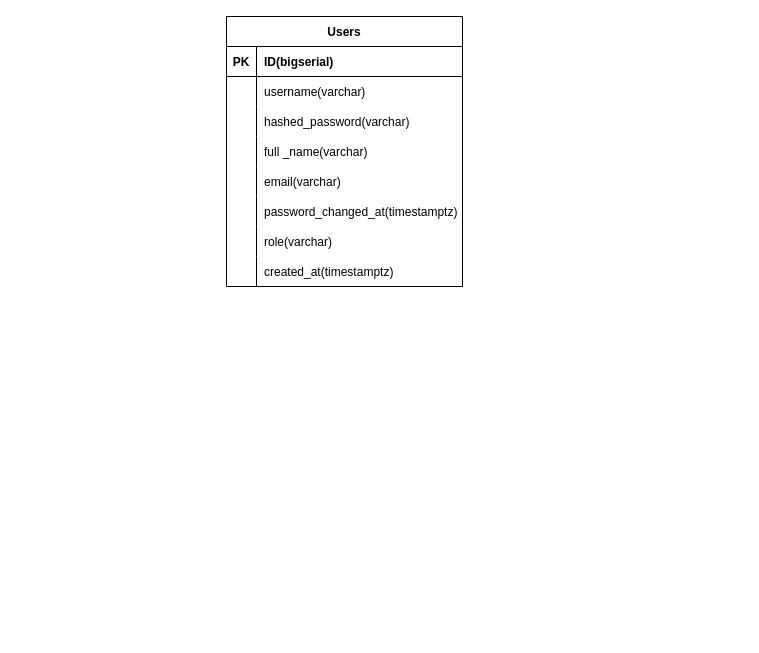
The draw.io diagram ERD.drawio in TechTrm/Authentication-Api-Services, before the edit. Source tidied: cells renumbered, new cells numbered last; positions are measured from the earlier drawing's top-left corner, leaving out a move shared by most shapes. Both pictures are drawn from the tidied source at 100%, with x=0, y=0 at pixel (226, 16).
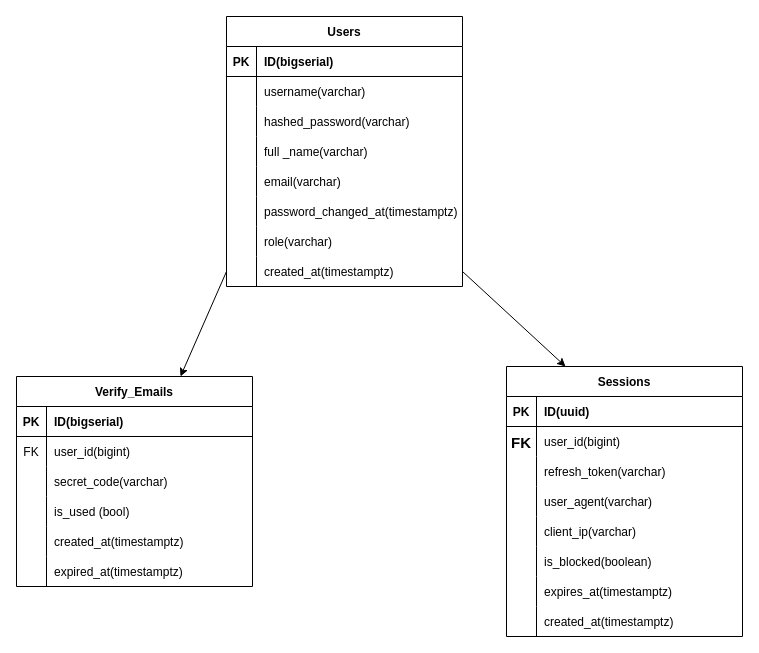
After the change.

Unchanged cells that the change refers to:
```xml
<mxCell id="24" style="shape=tableRow;horizontal=0;startSize=0;swimlaneHead=0;swimlaneBody=0;fillColor=none;points=[[0,0.5],[1,0.5]];portConstraint=eastwest;top=0;left=0;right=0;bottom=0;" parent="2" vertex="1">
  <mxGeometry y="240" width="236" height="30" as="geometry" />
</mxCell>
```

What changed in the source:
```diff
@@
+    <mxCell id="27" value="Sessions" style="shape=table;startSize=30;childLayout=tableLayout;rowLines=0;fontStyle=1;align=center;" parent="1" vertex="1">
+      <mxGeometry x="280" y="350" width="236" height="270" as="geometry" />
+    </mxCell>
+    <mxCell id="28" style="shape=tableRow;horizontal=0;startSize=0;swimlaneHead=0;swimlaneBody=0;fillColor=none;top=0;left=0;right=0;bottom=1;" parent="27" vertex="1">
+      <mxGeometry y="30" width="236" height="30" as="geometry" />
+    </mxCell>
+    <mxCell id="29" value="PK" style="shape=partialRectangle;fillColor=none;top=0;left=0;bottom=0;right=0;fontStyle=1;overflow=hidden;" parent="28" vertex="1">
+      <mxGeometry width="30" height="30" as="geometry" />
+    </mxCell>
+    <mxCell id="30" value="ID(uuid)" style="shape=partialRectangle;fillColor=none;top=0;left=0;bottom=0;right=0;align=left;spacingLeft=6;fontStyle=1;overflow=hidden;" parent="28" vertex="1">
+      <mxGeometry x="30" width="206" height="30" as="geometry" />
+    </mxCell>
+    <mxCell id="31" style="shape=tableRow;horizontal=0;startSize=0;swimlaneHead=0;swimlaneBody=0;fillColor=none;top=0;left=0;right=0;bottom=0;" parent="27" vertex="1">
+      <mxGeometry y="60" width="236" height="30" as="geometry" />
+    </mxCell>
+    <mxCell id="32" value="FK" style="shape=partialRectangle;fillColor=none;top=0;left=0;bottom=0;right=0;overflow=hidden;fontStyle=1;fontSize=15;" parent="31" vertex="1">
+      <mxGeometry width="30" height="30" as="geometry" />
+    </mxCell>
+    <mxCell id="33" value="user_id(bigint)" style="shape=partialRectangle;fillColor=none;top=0;left=0;bottom=0;right=0;align=left;spacingLeft=6;overflow=hidden;labelBackgroundColor=none;labelBorderColor=none;" parent="31" vertex="1">
+      <mxGeometry x="30" width="206" height="30" as="geometry" />
+    </mxCell>
+    <mxCell id="34" style="shape=tableRow;horizontal=0;startSize=0;swimlaneHead=0;swimlaneBody=0;fillColor=none;top=0;left=0;right=0;bottom=0;" parent="27" vertex="1">
+      <mxGeometry y="90" width="236" height="30" as="geometry" />
+    </mxCell>
+    <mxCell id="35" style="shape=partialRectangle;fillColor=none;top=0;left=0;bottom=0;right=0;overflow=hidden;" parent="34" vertex="1">
+      <mxGeometry width="30" height="30" as="geometry" />
+    </mxCell>
+    <mxCell id="36" value="refresh_token(varchar)" style="shape=partialRectangle;fillColor=none;top=0;left=0;bottom=0;right=0;align=left;spacingLeft=6;overflow=hidden;" parent="34" vertex="1">
+      <mxGeometry x="30" width="206" height="30" as="geometry" />
+    </mxCell>
+    <mxCell id="37" style="shape=tableRow;horizontal=0;startSize=0;swimlaneHead=0;swimlaneBody=0;fillColor=none;top=0;left=0;right=0;bottom=0;" parent="27" vertex="1">
+      <mxGeometry y="120" width="236" height="30" as="geometry" />
+    </mxCell>
+    <mxCell id="38" style="shape=partialRectangle;fillColor=none;top=0;left=0;bottom=0;right=0;overflow=hidden;" parent="37" vertex="1">
+      <mxGeometry width="30" height="30" as="geometry" />
+    </mxCell>
+    <mxCell id="39" value="user_agent(varchar)" style="shape=partialRectangle;fillColor=none;top=0;left=0;bottom=0;right=0;align=left;spacingLeft=6;overflow=hidden;" parent="37" vertex="1">
+      <mxGeometry x="30" width="206" height="30" as="geometry" />
+    </mxCell>
+    <mxCell id="40" style="shape=tableRow;horizontal=0;startSize=0;swimlaneHead=0;swimlaneBody=0;fillColor=none;top=0;left=0;right=0;bottom=0;" parent="27" vertex="1">
+      <mxGeometry y="150" width="236" height="30" as="geometry" />
+    </mxCell>
+    <mxCell id="41" style="shape=partialRectangle;fillColor=none;top=0;left=0;bottom=0;right=0;overflow=hidden;" parent="40" vertex="1">
+      <mxGeometry width="30" height="30" as="geometry" />
+    </mxCell>
+    <mxCell id="42" value="client_ip(varchar)" style="shape=partialRectangle;fillColor=none;top=0;left=0;bottom=0;right=0;align=left;spacingLeft=6;overflow=hidden;" parent="40" vertex="1">
+      <mxGeometry x="30" width="206" height="30" as="geometry" />
+    </mxCell>
+    <mxCell id="43" style="shape=tableRow;horizontal=0;startSize=0;swimlaneHead=0;swimlaneBody=0;fillColor=none;top=0;left=0;right=0;bottom=0;" parent="27" vertex="1">
+      <mxGeometry y="180" width="236" height="30" as="geometry" />
+    </mxCell>
+    <mxCell id="44" style="shape=partialRectangle;fillColor=none;top=0;left=0;bottom=0;right=0;overflow=hidden;" parent="43" vertex="1">
+      <mxGeometry width="30" height="30" as="geometry" />
+    </mxCell>
+    <mxCell id="45" value="is_blocked(boolean)" style="shape=partialRectangle;fillColor=none;top=0;left=0;bottom=0;right=0;align=left;spacingLeft=6;overflow=hidden;" parent="43" vertex="1">
+      <mxGeometry x="30" width="206" height="30" as="geometry" />
+    </mxCell>
+    <mxCell id="46" style="shape=tableRow;horizontal=0;startSize=0;swimlaneHead=0;swimlaneBody=0;fillColor=none;top=0;left=0;right=0;bottom=0;" parent="27" vertex="1">
+      <mxGeometry y="210" width="236" height="30" as="geometry" />
+    </mxCell>
+    <mxCell id="47" style="shape=partialRectangle;fillColor=none;top=0;left=0;bottom=0;right=0;overflow=hidden;" parent="46" vertex="1">
+      <mxGeometry width="30" height="30" as="geometry" />
+    </mxCell>
+    <mxCell id="48" value="expires_at(timestamptz)" style="shape=partialRectangle;fillColor=none;top=0;left=0;bottom=0;right=0;align=left;spacingLeft=6;overflow=hidden;" parent="46" vertex="1">
+      <mxGeometry x="30" width="206" height="30" as="geometry" />
+    </mxCell>
+    <mxCell id="49" style="shape=tableRow;horizontal=0;startSize=0;swimlaneHead=0;swimlaneBody=0;fillColor=none;top=0;left=0;right=0;bottom=0;" parent="27" vertex="1">
+      <mxGeometry y="240" width="236" height="30" as="geometry" />
+    </mxCell>
+    <mxCell id="50" style="shape=partialRectangle;fillColor=none;top=0;left=0;bottom=0;right=0;overflow=hidden;" parent="49" vertex="1">
+      <mxGeometry width="30" height="30" as="geometry" />
+    </mxCell>
+    <mxCell id="51" value="created_at(timestamptz)" style="shape=partialRectangle;fillColor=none;top=0;left=0;bottom=0;right=0;align=left;spacingLeft=6;overflow=hidden;" parent="49" vertex="1">
+      <mxGeometry x="30" width="206" height="30" as="geometry" />
+    </mxCell>
+    <mxCell id="52" value="Verify_Emails" style="shape=table;startSize=30;childLayout=tableLayout;rowLines=0;fontStyle=1;align=center;" parent="1" vertex="1">
+      <mxGeometry x="-210" y="360" width="236" height="210" as="geometry" />
+    </mxCell>
+    <mxCell id="53" style="shape=tableRow;horizontal=0;startSize=0;swimlaneHead=0;swimlaneBody=0;fillColor=none;top=0;left=0;right=0;bottom=1;" parent="52" vertex="1">
+      <mxGeometry y="30" width="236" height="30" as="geometry" />
+    </mxCell>
+    <mxCell id="54" value="PK" style="shape=partialRectangle;fillColor=none;top=0;left=0;bottom=0;right=0;fontStyle=1;overflow=hidden;" parent="53" vertex="1">
+      <mxGeometry width="30" height="30" as="geometry" />
+    </mxCell>
+    <mxCell id="55" value="ID(bigserial)" style="shape=partialRectangle;fillColor=none;top=0;left=0;bottom=0;right=0;align=left;spacingLeft=6;fontStyle=1;overflow=hidden;" parent="53" vertex="1">
+      <mxGeometry x="30" width="206" height="30" as="geometry" />
+    </mxCell>
+    <mxCell id="56" style="shape=tableRow;horizontal=0;startSize=0;swimlaneHead=0;swimlaneBody=0;fillColor=none;top=0;left=0;right=0;bottom=0;" parent="52" vertex="1">
+      <mxGeometry y="60" width="236" height="30" as="geometry" />
+    </mxCell>
+    <mxCell id="57" value="FK" style="shape=partialRectangle;fillColor=none;top=0;left=0;bottom=0;right=0;overflow=hidden;" parent="56" vertex="1">
+      <mxGeometry width="30" height="30" as="geometry" />
+    </mxCell>
+    <mxCell id="58" value="user_id(bigint)" style="shape=partialRectangle;fillColor=none;top=0;left=0;bottom=0;right=0;align=left;spacingLeft=6;overflow=hidden;labelBackgroundColor=none;labelBorderColor=none;" parent="56" vertex="1">
+      <mxGeometry x="30" width="206" height="30" as="geometry" />
+    </mxCell>
+    <mxCell id="59" style="shape=tableRow;horizontal=0;startSize=0;swimlaneHead=0;swimlaneBody=0;fillColor=none;top=0;left=0;right=0;bottom=0;" parent="52" vertex="1">
+      <mxGeometry y="90" width="236" height="30" as="geometry" />
+    </mxCell>
+    <mxCell id="60" style="shape=partialRectangle;fillColor=none;top=0;left=0;bottom=0;right=0;overflow=hidden;" parent="59" vertex="1">
+      <mxGeometry width="30" height="30" as="geometry" />
+    </mxCell>
+    <mxCell id="61" value="secret_code(varchar)" style="shape=partialRectangle;fillColor=none;top=0;left=0;bottom=0;right=0;align=left;spacingLeft=6;overflow=hidden;" parent="59" vertex="1">
+      <mxGeometry x="30" width="206" height="30" as="geometry" />
+    </mxCell>
+    <mxCell id="62" style="shape=tableRow;horizontal=0;startSize=0;swimlaneHead=0;swimlaneBody=0;fillColor=none;top=0;left=0;right=0;bottom=0;" parent="52" vertex="1">
+      <mxGeometry y="120" width="236" height="30" as="geometry" />
+    </mxCell>
+    <mxCell id="63" style="shape=partialRectangle;fillColor=none;top=0;left=0;bottom=0;right=0;overflow=hidden;" parent="62" vertex="1">
+      <mxGeometry width="30" height="30" as="geometry" />
+    </mxCell>
+    <mxCell id="64" value="is_used (bool)" style="shape=partialRectangle;fillColor=none;top=0;left=0;bottom=0;right=0;align=left;spacingLeft=6;overflow=hidden;" parent="62" vertex="1">
+      <mxGeometry x="30" width="206" height="30" as="geometry" />
+    </mxCell>
+    <mxCell id="65" style="shape=tableRow;horizontal=0;startSize=0;swimlaneHead=0;swimlaneBody=0;fillColor=none;top=0;left=0;right=0;bottom=0;" parent="52" vertex="1">
+      <mxGeometry y="150" width="236" height="30" as="geometry" />
+    </mxCell>
+    <mxCell id="66" style="shape=partialRectangle;fillColor=none;top=0;left=0;bottom=0;right=0;overflow=hidden;" parent="65" vertex="1">
+      <mxGeometry width="30" height="30" as="geometry" />
+    </mxCell>
+    <mxCell id="67" value="created_at(timestamptz)" style="shape=partialRectangle;fillColor=none;top=0;left=0;bottom=0;right=0;align=left;spacingLeft=6;overflow=hidden;" parent="65" vertex="1">
+      <mxGeometry x="30" width="206" height="30" as="geometry" />
+    </mxCell>
+    <mxCell id="68" style="shape=tableRow;horizontal=0;startSize=0;swimlaneHead=0;swimlaneBody=0;fillColor=none;top=0;left=0;right=0;bottom=0;" parent="52" vertex="1">
+      <mxGeometry y="180" width="236" height="30" as="geometry" />
+    </mxCell>
+    <mxCell id="69" style="shape=partialRectangle;fillColor=none;top=0;left=0;bottom=0;right=0;overflow=hidden;" parent="68" vertex="1">
+      <mxGeometry width="30" height="30" as="geometry" />
+    </mxCell>
+    <mxCell id="70" value="expired_at(timestamptz)" style="shape=partialRectangle;fillColor=none;top=0;left=0;bottom=0;right=0;align=left;spacingLeft=6;overflow=hidden;" parent="68" vertex="1">
+      <mxGeometry x="30" width="206" height="30" as="geometry" />
+    </mxCell>
+    <mxCell id="71" style="edgeStyle=none;html=1;exitX=0;exitY=0.5;exitDx=0;exitDy=0;fontSize=15;" parent="1" edge="1" source="24" target="52">
+      <mxGeometry relative="1" as="geometry" />
+    </mxCell>
+    <mxCell id="72" style="edgeStyle=none;html=1;exitX=1;exitY=0.5;exitDx=0;exitDy=0;entryX=0.25;entryY=0;entryDx=0;entryDy=0;fontSize=15;" parent="1" edge="1" source="24" target="27">
+      <mxGeometry relative="1" as="geometry" />
+    </mxCell>
```
